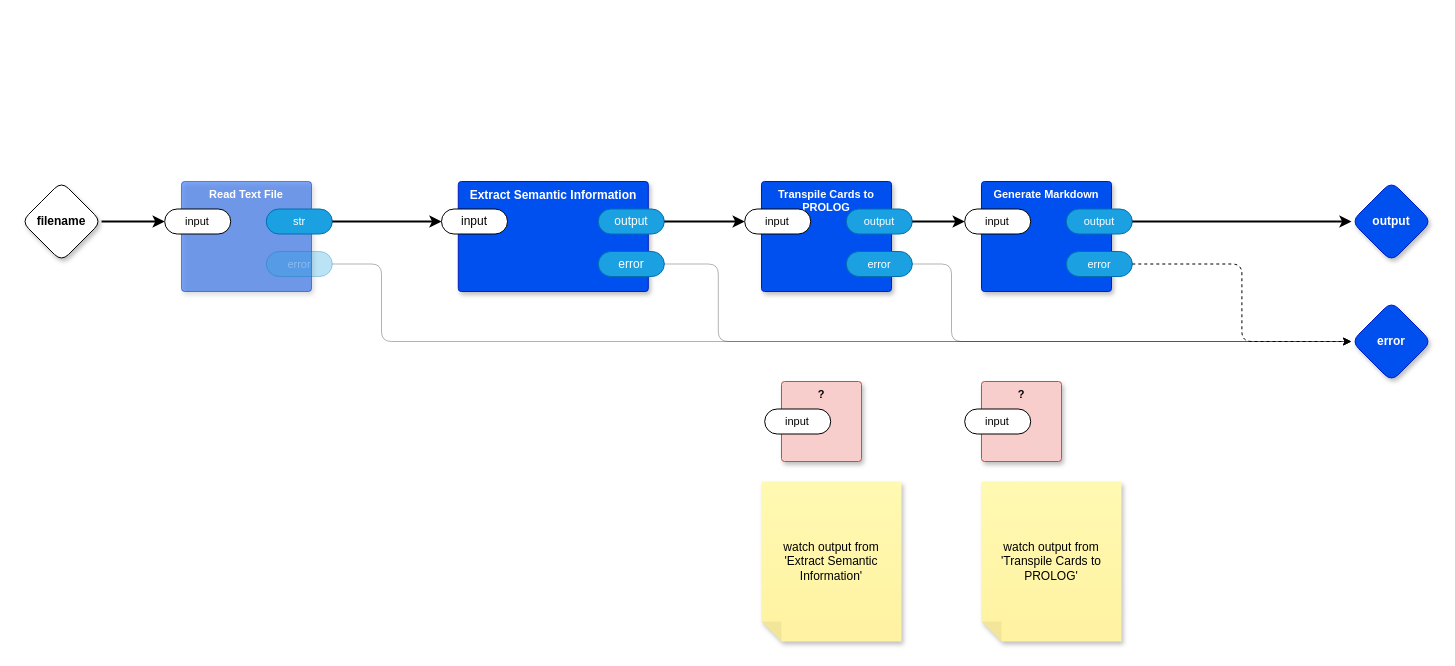
Earlier version of the draw.io diagram page "main" (1 of 11) of top.drawio (guitarvydas/kinopio2md). Source tidied: cells renumbered, new cells numbered last; positions are measured from the earlier drawing's top-left corner, leaving out a move shared by most shapes. Both pictures are drawn from the tidied source at 100%, with x=0, y=0 at pixel (21, 181).
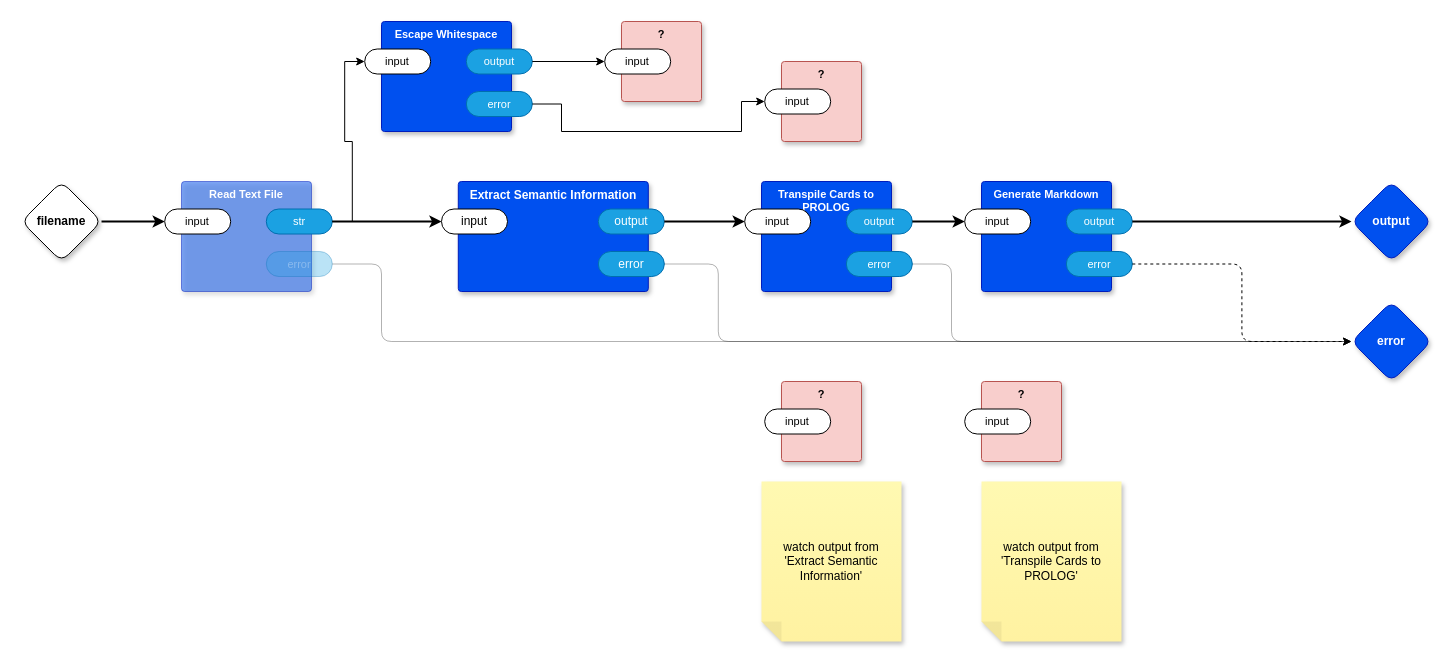
After the change.

Unchanged cells that the change refers to:
```xml
<mxCell id="13" value="str" style="rounded=1;whiteSpace=wrap;html=1;sketch=0;points=[[0,0.5,0,0,0],[1,0.5,0,0,0]];fillColor=#1ba1e2;fontColor=#ffffff;strokeColor=#006EAF;arcSize=50;fontFamily=Helvetica;fontSize=11;" parent="11" vertex="1">
  <mxGeometry x="84.8" y="27.5" width="66" height="25" as="geometry" />
</mxCell>
```

Change to the diagram source:
```diff
@@
+    <mxCell id="36" value="Escape Whitespace" style="rounded=1;whiteSpace=wrap;html=1;sketch=0;verticalAlign=top;arcSize=6;fontStyle=1;absoluteArcSize=1;shadow=1;strokeColor=#001DBC;fillColor=#0050ef;fontColor=#ffffff;fontFamily=Helvetica;fontSize=11;" parent="1" vertex="1">
+      <mxGeometry x="360" y="-160" width="130" height="110" as="geometry" />
+    </mxCell>
+    <mxCell id="37" value="input" style="rounded=1;whiteSpace=wrap;html=1;sketch=0;points=[[0,0.5,0,0,0],[1,0.5,0,0,0]];arcSize=50;fontFamily=Helvetica;fontSize=11;fontColor=default;" parent="36" vertex="1">
+      <mxGeometry x="-16.8" y="27.5" width="66" height="25" as="geometry" />
+    </mxCell>
+    <mxCell id="38" value="output" style="rounded=1;whiteSpace=wrap;html=1;sketch=0;points=[[0,0.5,0,0,0],[1,0.5,0,0,0]];fillColor=#1ba1e2;fontColor=#ffffff;strokeColor=#006EAF;arcSize=50;fontFamily=Helvetica;fontSize=11;" parent="36" vertex="1">
+      <mxGeometry x="84.8" y="27.5" width="66" height="25" as="geometry" />
+    </mxCell>
+    <mxCell id="39" value="error" style="rounded=1;whiteSpace=wrap;html=1;sketch=0;points=[[0,0.5,0,0,0],[1,0.5,0,0,0]];fillColor=#1ba1e2;fontColor=#ffffff;strokeColor=#006EAF;arcSize=50;fontFamily=Helvetica;fontSize=11;" parent="36" vertex="1">
+      <mxGeometry x="84.8" y="70" width="66" height="25" as="geometry" />
+    </mxCell>
+    <mxCell id="40" style="edgeStyle=orthogonalEdgeStyle;rounded=0;jettySize=auto;html=1;exitX=1;exitY=0.5;exitDx=0;exitDy=0;exitPerimeter=0;entryX=0;entryY=0.5;entryDx=0;entryDy=0;entryPerimeter=0;" parent="1" edge="1" source="13" target="37">
+      <mxGeometry relative="1" as="geometry" />
+    </mxCell>
+    <mxCell id="41" value="?" style="rounded=1;whiteSpace=wrap;html=1;sketch=0;verticalAlign=top;arcSize=6;fontStyle=1;absoluteArcSize=1;shadow=1;strokeColor=#b85450;fillColor=#f8cecc;fontFamily=Helvetica;fontSize=11;" parent="1" vertex="1">
+      <mxGeometry x="600" y="-160" width="80" height="80" as="geometry" />
+    </mxCell>
+    <mxCell id="42" value="input" style="rounded=1;whiteSpace=wrap;html=1;sketch=0;points=[[0,0.5,0,0,0],[1,0.5,0,0,0]];arcSize=50;fontFamily=Helvetica;fontSize=11;fontColor=default;" parent="41" vertex="1">
+      <mxGeometry x="-16.8" y="27.5" width="66" height="25" as="geometry" />
+    </mxCell>
+    <mxCell id="43" value="?" style="rounded=1;whiteSpace=wrap;html=1;sketch=0;verticalAlign=top;arcSize=6;fontStyle=1;absoluteArcSize=1;shadow=1;strokeColor=#b85450;fillColor=#f8cecc;fontFamily=Helvetica;fontSize=11;" parent="1" vertex="1">
+      <mxGeometry x="760" y="-120" width="80" height="80" as="geometry" />
+    </mxCell>
+    <mxCell id="44" value="input" style="rounded=1;whiteSpace=wrap;html=1;sketch=0;points=[[0,0.5,0,0,0],[1,0.5,0,0,0]];arcSize=50;fontFamily=Helvetica;fontSize=11;fontColor=default;" parent="43" vertex="1">
+      <mxGeometry x="-16.8" y="27.5" width="66" height="25" as="geometry" />
+    </mxCell>
+    <mxCell id="45" style="edgeStyle=orthogonalEdgeStyle;rounded=0;jettySize=auto;html=1;exitX=1;exitY=0.5;exitDx=0;exitDy=0;exitPerimeter=0;" parent="1" edge="1" source="38" target="42">
+      <mxGeometry relative="1" as="geometry" />
+    </mxCell>
+    <mxCell id="46" style="edgeStyle=orthogonalEdgeStyle;rounded=0;jettySize=auto;html=1;exitX=1;exitY=0.5;exitDx=0;exitDy=0;exitPerimeter=0;entryX=0;entryY=0.5;entryDx=0;entryDy=0;entryPerimeter=0;" parent="1" edge="1" source="39" target="44">
+      <mxGeometry relative="1" as="geometry">
+        <Array as="points">
+          <mxPoint x="540" y="-77" />
+          <mxPoint x="540" y="-50" />
+          <mxPoint x="720" y="-50" />
+          <mxPoint x="720" y="-80" />
+        </Array>
+      </mxGeometry>
+    </mxCell>
```
